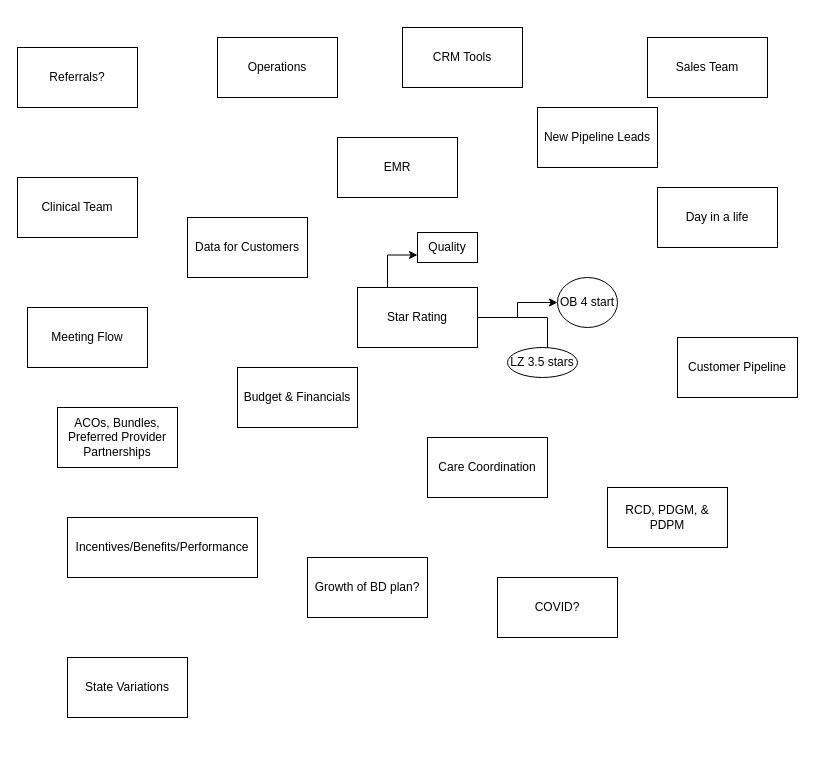
Before: Untitled Diagram.drawio in thinkabroad/hello-world, a draw.io diagram. Source tidied: cells renumbered, new cells numbered last; positions are measured from the earlier drawing's top-left corner, leaving out a move shared by most shapes. Both pictures are drawn from the tidied source at 100%, with x=0, y=0 at pixel (17, 27).
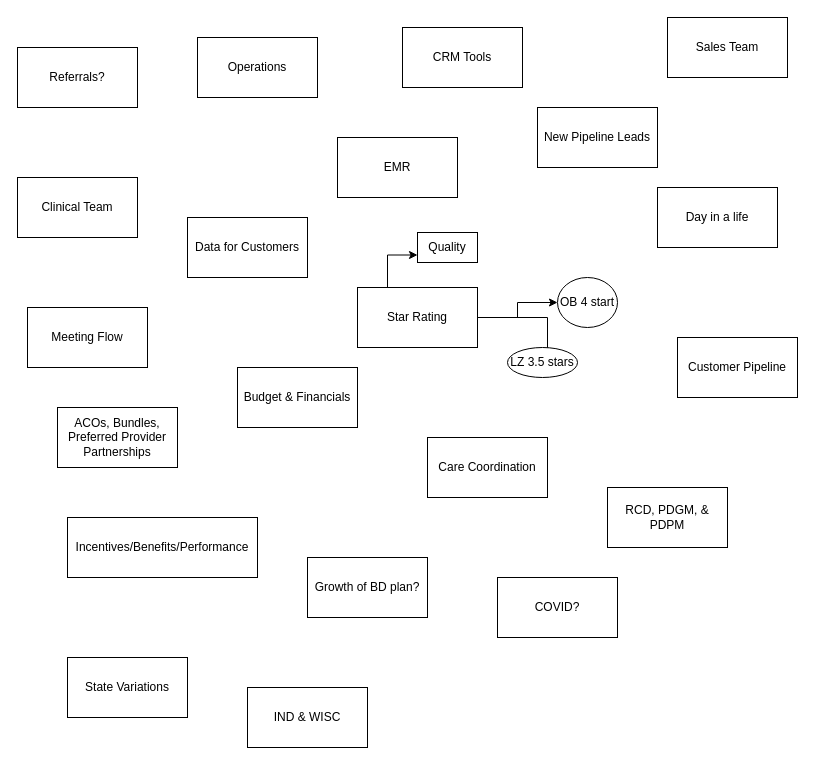
The same page after the edit.

The edit, as a diff of the source:
```diff
@@
     <mxCell id="3" value="Sales Team" style="rounded=0;whiteSpace=wrap;html=1;" parent="1" vertex="1">
-      <mxGeometry x="630" y="10" width="120" height="60" as="geometry" />
+      <mxGeometry x="650" y="-10" width="120" height="60" as="geometry" />
     </mxCell>
@@
     <mxCell id="5" value="Operations" style="rounded=0;whiteSpace=wrap;html=1;" parent="1" vertex="1">
-      <mxGeometry x="200" y="10" width="120" height="60" as="geometry" />
+      <mxGeometry x="180" y="10" width="120" height="60" as="geometry" />
     </mxCell>
@@
+    <mxCell id="29" value="IND &amp;amp; WISC" style="whiteSpace=wrap;html=1;" parent="1" vertex="1">
+      <mxGeometry x="230" y="660" width="120" height="60" as="geometry" />
+    </mxCell>
```
